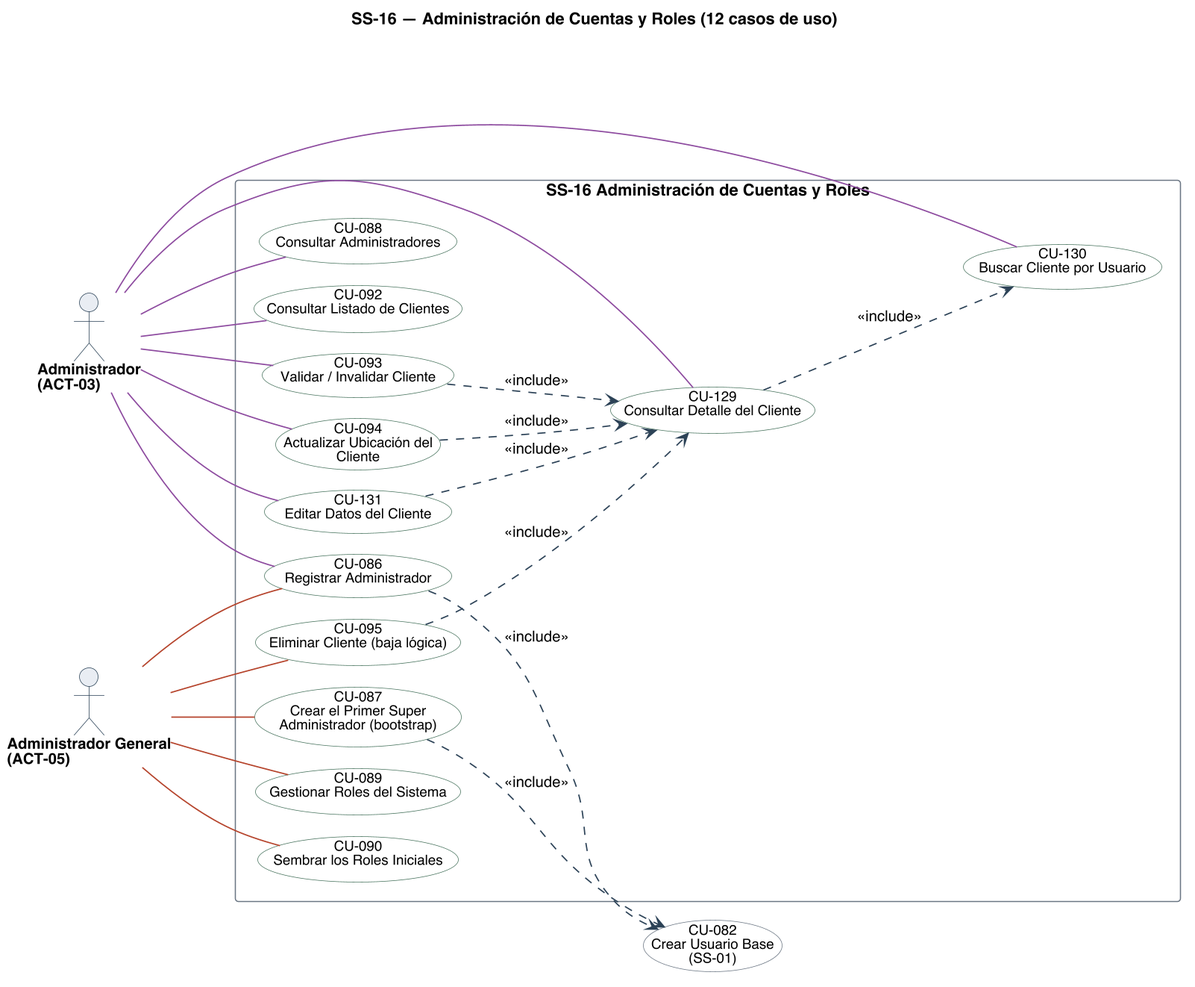
Before: diagramas/uml/CU_SS-16_Administracion-De-Cuentas-Y-Roles.png, a diagram exported from PlantUML (Nahuelito-Dev/splg-docs). Source of this version:
```plantuml
@startuml
title SS-16 — Administración de Cuentas y Roles (12 casos de uso)
left to right direction
skinparam backgroundColor #FFFFFF
skinparam shadowing false
skinparam defaultFontName Helvetica
skinparam defaultFontSize 13
skinparam dpi 150
skinparam ArrowColor #2C4257
skinparam ArrowThickness 1.1
skinparam actor {
  BorderColor #2C4257
  BackgroundColor #E8EDF2
  FontSize 13
  FontStyle bold
}
skinparam usecase {
  BorderColor #2C4257
  BackgroundColor #FFFFFF
  FontSize 12
}
skinparam rectangle {
  BorderColor #6B7683
  FontSize 14
  FontStyle bold
}

skinparam nodesep 18
skinparam ranksep 70
skinparam usecase {
  BorderColor<<pendiente>> #9C4436
  BackgroundColor<<pendiente>> #F6E4E1
  BorderColor<<factorizado>> #6B7683
  BackgroundColor<<factorizado>> #F2F4F6
}

actor "Administrador\n(ACT-03)" as A03
actor "Administrador General\n(ACT-05)" as A05

rectangle "SS-16 Administración de Cuentas y Roles" {
  usecase "CU-086\nRegistrar Administrador" as U086 #back:FFFFFF;line:4B7560
  usecase "CU-087\nCrear el Primer Super\nAdministrador (bootstrap)" as U087 #back:FFFFFF;line:4B7560
  usecase "CU-088\nConsultar Administradores" as U088 #back:FFFFFF;line:4B7560
  usecase "CU-089\nGestionar Roles del Sistema" as U089 #back:FFFFFF;line:4B7560
  usecase "CU-090\nSembrar los Roles Iniciales" as U090 #back:FFFFFF;line:4B7560
  usecase "CU-092\nConsultar Listado de Clientes" as U092 #back:FFFFFF;line:4B7560
  usecase "CU-093\nValidar / Invalidar Cliente" as U093 #back:FFFFFF;line:4B7560
  usecase "CU-094\nActualizar Ubicación del\nCliente" as U094 #back:FFFFFF;line:4B7560
  usecase "CU-095\nEliminar Cliente (baja lógica)" as U095 #back:FFFFFF;line:4B7560
  usecase "CU-129\nConsultar Detalle del Cliente" as U129 #back:FFFFFF;line:4B7560
  usecase "CU-130\nBuscar Cliente por Usuario" as U130 #back:FFFFFF;line:4B7560
  usecase "CU-131\nEditar Datos del Cliente" as U131 #back:FFFFFF;line:4B7560
}

usecase "CU-082\nCrear Usuario Base\n(SS-01)" as U082 #back:FFFFFF;line:6B7683

A03 -[#8C4A9E]- U086
A03 -[#8C4A9E]- U088
A03 -[#8C4A9E]- U092
A03 -[#8C4A9E]- U093
A03 -[#8C4A9E]- U094
A03 -[#8C4A9E]- U129
A03 -[#8C4A9E]- U130
A03 -[#8C4A9E]- U131
A05 -[#B4432B]- U086
A05 -[#B4432B]- U087
A05 -[#B4432B]- U089
A05 -[#B4432B]- U090
A05 -[#B4432B]- U095

U093 ..> U129 : <<include>>
U094 ..> U129 : <<include>>
U095 ..> U129 : <<include>>
U131 ..> U129 : <<include>>
U129 ..> U130 : <<include>>
U086 ..> U082 : <<include>>
U087 ..> U082 : <<include>>

@enduml
```
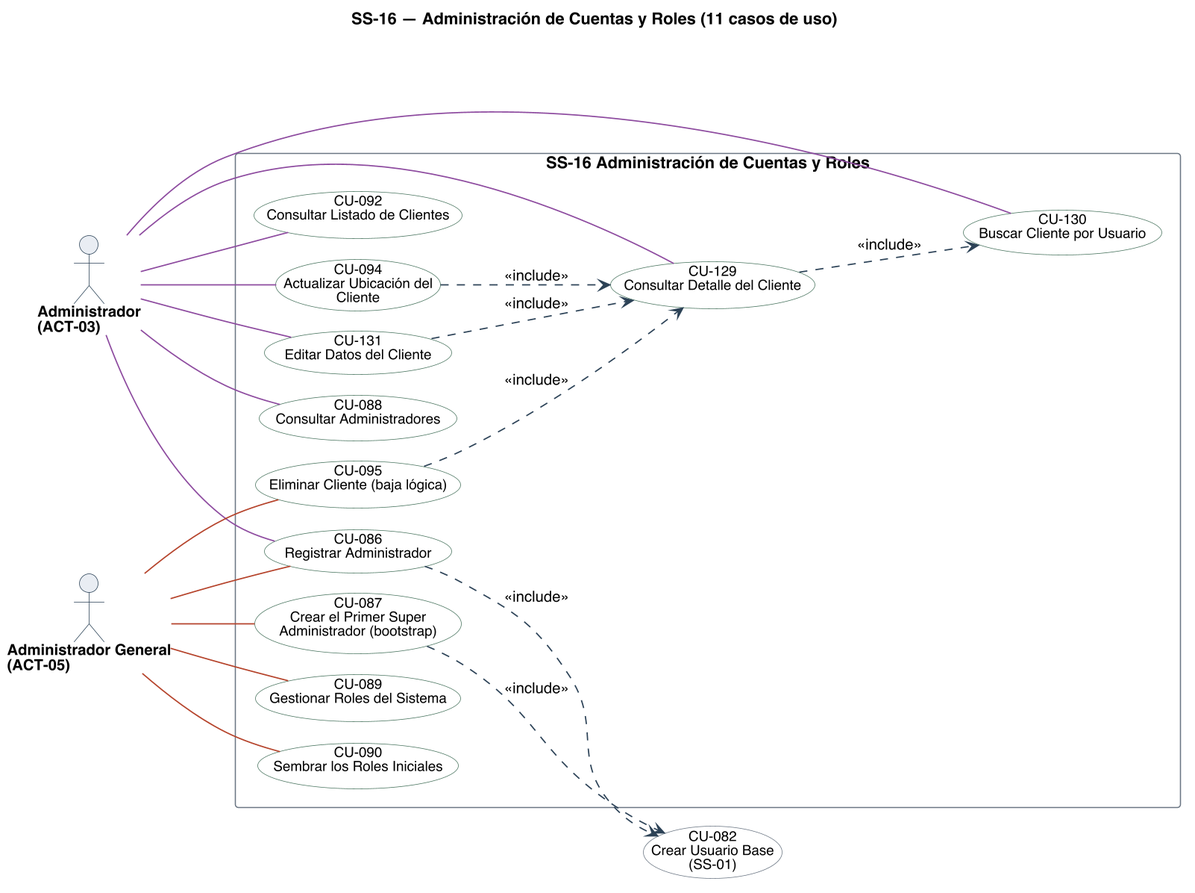
The same file after the commit.

Change to the diagram source:
```diff
@@ -1,5 +1,5 @@
 @startuml
-title SS-16 — Administración de Cuentas y Roles (12 casos de uso)
+title SS-16 — Administración de Cuentas y Roles (11 casos de uso)
 left to right direction
 skinparam backgroundColor #FFFFFF
 skinparam shadowing false
@@ -44,7 +44,6 @@
   usecase "CU-089\nGestionar Roles del Sistema" as U089 #back:FFFFFF;line:4B7560
   usecase "CU-090\nSembrar los Roles Iniciales" as U090 #back:FFFFFF;line:4B7560
   usecase "CU-092\nConsultar Listado de Clientes" as U092 #back:FFFFFF;line:4B7560
-  usecase "CU-093\nValidar / Invalidar Cliente" as U093 #back:FFFFFF;line:4B7560
   usecase "CU-094\nActualizar Ubicación del\nCliente" as U094 #back:FFFFFF;line:4B7560
   usecase "CU-095\nEliminar Cliente (baja lógica)" as U095 #back:FFFFFF;line:4B7560
   usecase "CU-129\nConsultar Detalle del Cliente" as U129 #back:FFFFFF;line:4B7560
@@ -57,7 +56,6 @@
 A03 -[#8C4A9E]- U086
 A03 -[#8C4A9E]- U088
 A03 -[#8C4A9E]- U092
-A03 -[#8C4A9E]- U093
 A03 -[#8C4A9E]- U094
 A03 -[#8C4A9E]- U129
 A03 -[#8C4A9E]- U130
@@ -68,7 +66,6 @@
 A05 -[#B4432B]- U090
 A05 -[#B4432B]- U095
 
-U093 ..> U129 : <<include>>
 U094 ..> U129 : <<include>>
 U095 ..> U129 : <<include>>
 U131 ..> U129 : <<include>>
```
